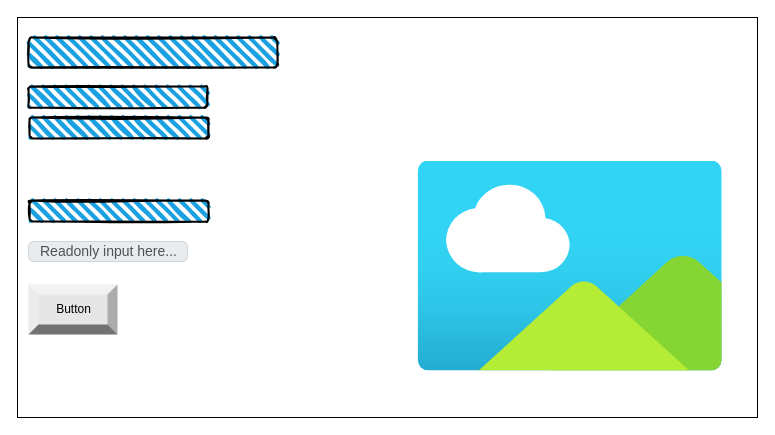
Before: page "Page-1" (1 of 2) of design/story-board.drawio in ekaterina-chernykh/ICS20-Assignment-5, a draw.io diagram. Source tidied: cells renumbered, new cells numbered last; positions are measured from the earlier drawing's top-left corner, leaving out a move shared by most shapes. Both pictures are drawn from the tidied source at 100%, with x=0, y=0 at pixel (17, 17).
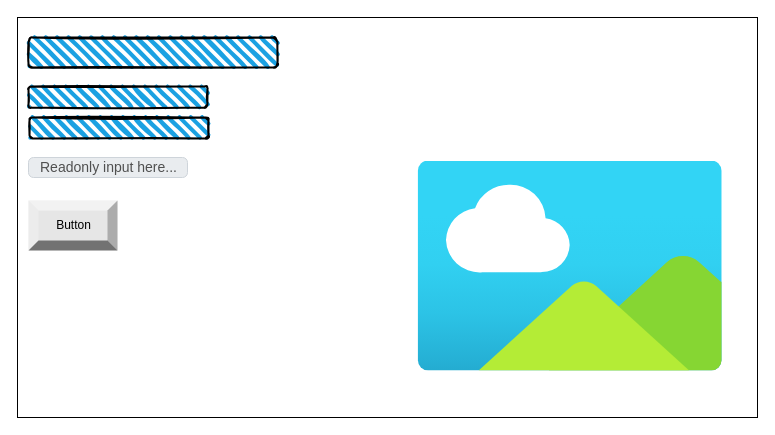
After the change.

What changed in the source:
```diff
@@
 <mxGraphModel>
   <root>
     <mxCell id="0" />
     <mxCell id="1" parent="0" />
     <mxCell id="2" style="rounded=0;whiteSpace=wrap;html=1;" parent="1" vertex="1">
       <mxGeometry width="740" height="400" as="geometry" />
     </mxCell>
     <mxCell id="3" style="rounded=1;whiteSpace=wrap;html=1;strokeWidth=2;fillWeight=4;hachureGap=8;hachureAngle=45;fillColor=#1ba1e2;sketch=1;" parent="1" vertex="1">
       <mxGeometry x="11" y="20" width="249" height="30" as="geometry" />
     </mxCell>
     <mxCell id="4" style="rounded=1;whiteSpace=wrap;html=1;strokeWidth=2;fillWeight=4;hachureGap=8;hachureAngle=45;fillColor=#1ba1e2;sketch=1;" parent="1" vertex="1">
       <mxGeometry x="12" y="100" width="179" height="21" as="geometry" />
     </mxCell>
     <mxCell id="5" style="rounded=1;whiteSpace=wrap;html=1;strokeWidth=2;fillWeight=4;hachureGap=8;hachureAngle=45;fillColor=#1ba1e2;sketch=1;" parent="1" vertex="1">
       <mxGeometry x="11" y="69" width="179" height="21" as="geometry" />
     </mxCell>
-    <mxCell id="6" style="rounded=1;whiteSpace=wrap;html=1;strokeWidth=2;fillWeight=4;hachureGap=8;hachureAngle=45;fillColor=#1ba1e2;sketch=1;" parent="1" vertex="1">
-      <mxGeometry x="12" y="183" width="179" height="21" as="geometry" />
-    </mxCell>
     <mxCell id="7" value="Readonly input here..." style="html=1;shadow=0;dashed=0;shape=mxgraph.bootstrap.rrect;rSize=5;strokeColor=#CED4DA;strokeWidth=1;fillColor=#E9ECEF;fontColor=#505050;whiteSpace=wrap;align=left;verticalAlign=middle;spacingLeft=10;fontSize=14;" parent="1" vertex="1">
-      <mxGeometry x="11" y="224" width="159" height="20" as="geometry" />
+      <mxGeometry x="11" y="140" width="159" height="20" as="geometry" />
     </mxCell>
     <mxCell id="8" value="Button" style="labelPosition=center;verticalLabelPosition=middle;align=center;html=1;shape=mxgraph.basic.shaded_button;dx=10;fillColor=#E6E6E6;strokeColor=none;" parent="1" vertex="1">
-      <mxGeometry x="11" y="267" width="89" height="50" as="geometry" />
+      <mxGeometry x="11" y="183" width="89" height="50" as="geometry" />
     </mxCell>
     <mxCell id="9" style="html=1;align=center;image;fontSize=12;image=img/lib/azure2/general/Image.svg;fillColor=#BA6D07;" parent="1" vertex="1">
       <mxGeometry x="400" y="143.5" width="305.4" height="210" as="geometry" />
     </mxCell>
   </root>
 </mxGraphModel>
```
